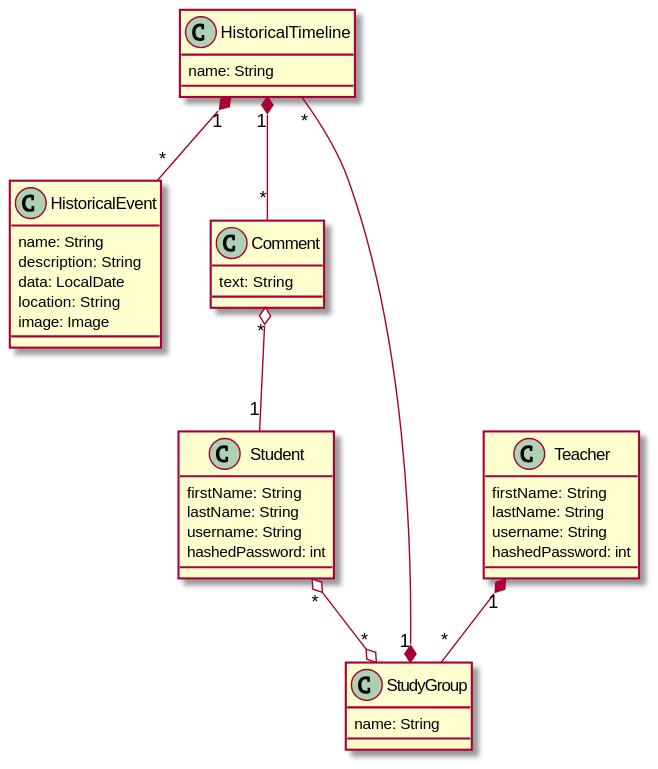
Before: images/class_diagram.svg, a diagram exported from PlantUML (kuhy/historical-timeline).
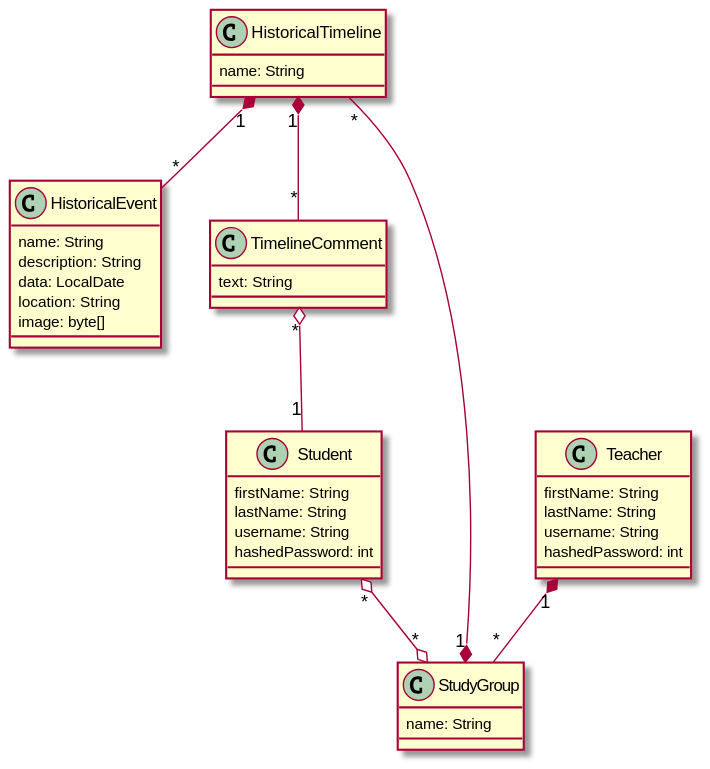
The same diagram one commit later.

Diff of the diagram source:
```diff
@@ -4,7 +4,7 @@
   description: String
   data: LocalDate
   location: String
-  image: Image
+  image: byte[]
 }
 
 class HistoricalTimeline {
@@ -38,10 +38,10 @@
 
 Student "*" o--o "*" StudyGroup
 
-class Comment {
+class TimelineComment {
   text: String
 }
 
-HistoricalTimeline "1" *-- "*" Comment
-Comment "*" o-- "1" Student
+HistoricalTimeline "1" *-- "*" TimelineComment
+TimelineComment "*" o-- "1" Student
 @enduml
```
